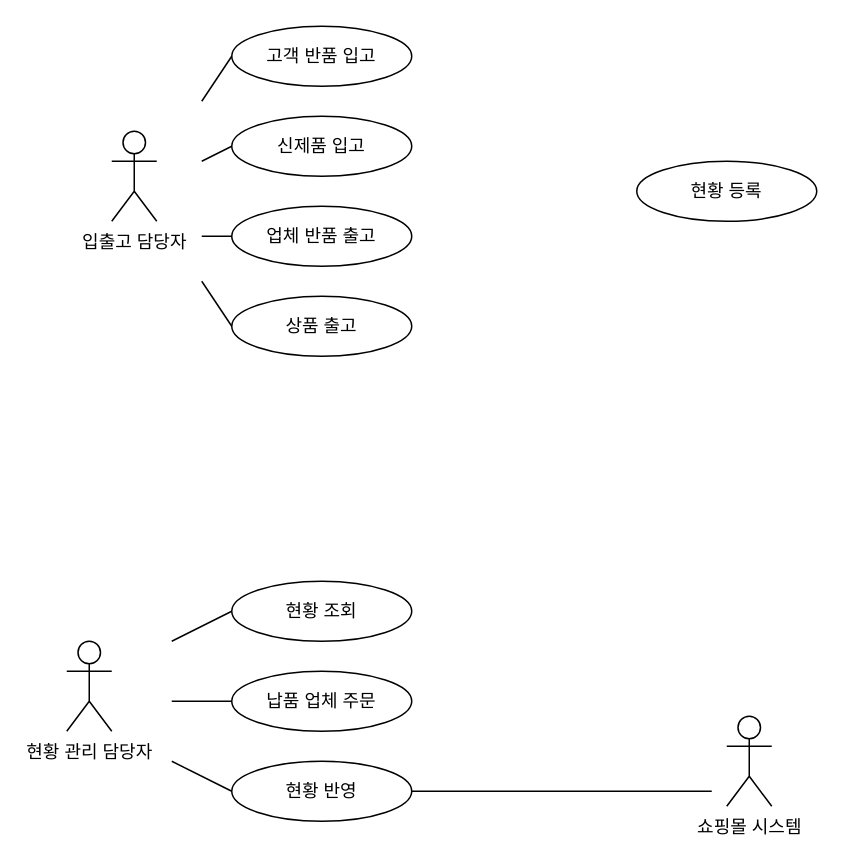
hinata7010/Temp keeps this draw.io diagram as 유즈케이스다이어그램.drawio. Above is the earlier version. Source tidied: cells renumbered, new cells numbered last; positions are measured from the earlier drawing's top-left corner, leaving out a move shared by most shapes. Both pictures are drawn from the tidied source at 150%, with x=0, y=0 at pixel (66, 26).
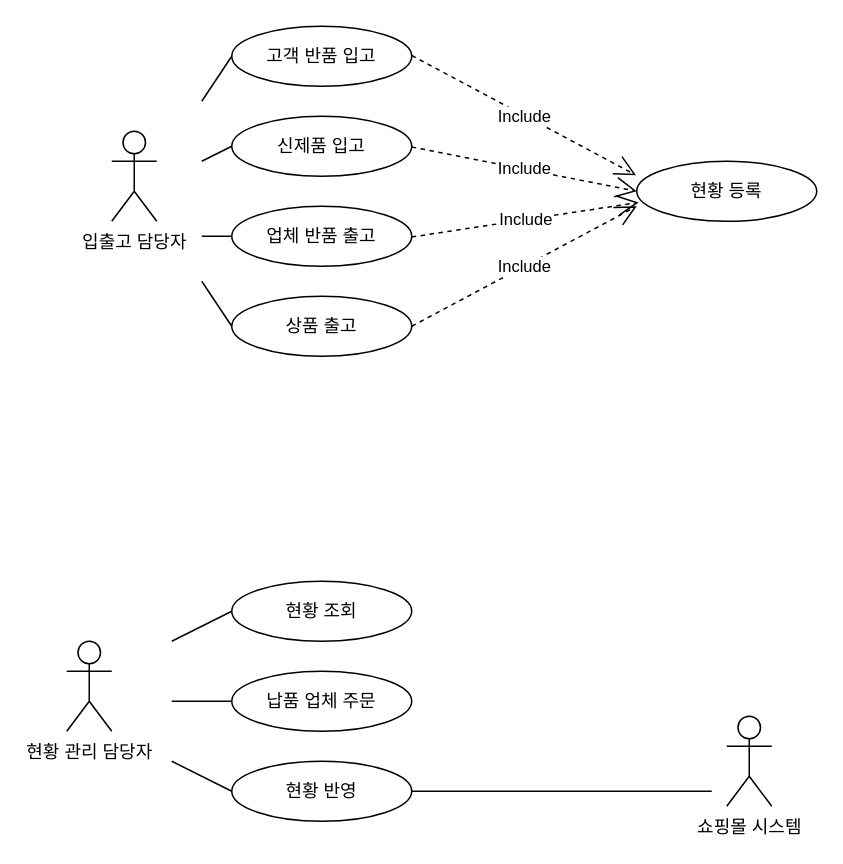
Above is the later version.

Commit message (it also covers changes not shown here):
유즈케이스다이어그램.drawio 업데이트

Unchanged cells that the change refers to:
```xml
<mxCell id="12" value="현황 등록" style="ellipse;whiteSpace=wrap;html=1;" parent="1" vertex="1">
  <mxGeometry x="380" y="90" width="120" height="40" as="geometry" />
</mxCell>
```

The edit, as a diff of the source:
```diff
@@
+    <mxCell id="21" value="Include" style="endArrow=open;endSize=12;dashed=1;html=1;rounded=0;entryX=-0.004;entryY=0.232;entryDx=0;entryDy=0;entryPerimeter=0;" parent="1" edge="1" target="12">
+      <mxGeometry relative="1" as="geometry">
+        <mxPoint x="230" y="19.5" as="sourcePoint" />
+      </mxGeometry>
+    </mxCell>
+    <mxCell id="22" value="Include" style="endArrow=open;endSize=12;dashed=1;html=1;rounded=0;entryX=0;entryY=0.5;entryDx=0;entryDy=0;" parent="1" edge="1" target="12">
+      <mxGeometry relative="1" as="geometry">
+        <mxPoint x="230" y="80.5" as="sourcePoint" />
+      </mxGeometry>
+    </mxCell>
+    <mxCell id="23" value="Include" style="endArrow=open;endSize=12;dashed=1;html=1;rounded=0;entryX=0.011;entryY=0.686;entryDx=0;entryDy=0;entryPerimeter=0;" parent="1" edge="1" target="12">
+      <mxGeometry relative="1" as="geometry">
+        <mxPoint x="230" y="140.5" as="sourcePoint" />
+      </mxGeometry>
+    </mxCell>
+    <mxCell id="24" value="Include" style="endArrow=open;endSize=12;dashed=1;html=1;rounded=0;" parent="1" edge="1">
+      <mxGeometry relative="1" as="geometry">
+        <mxPoint x="230" y="200" as="sourcePoint" />
+        <mxPoint x="380" y="120" as="targetPoint" />
+      </mxGeometry>
+    </mxCell>
```
